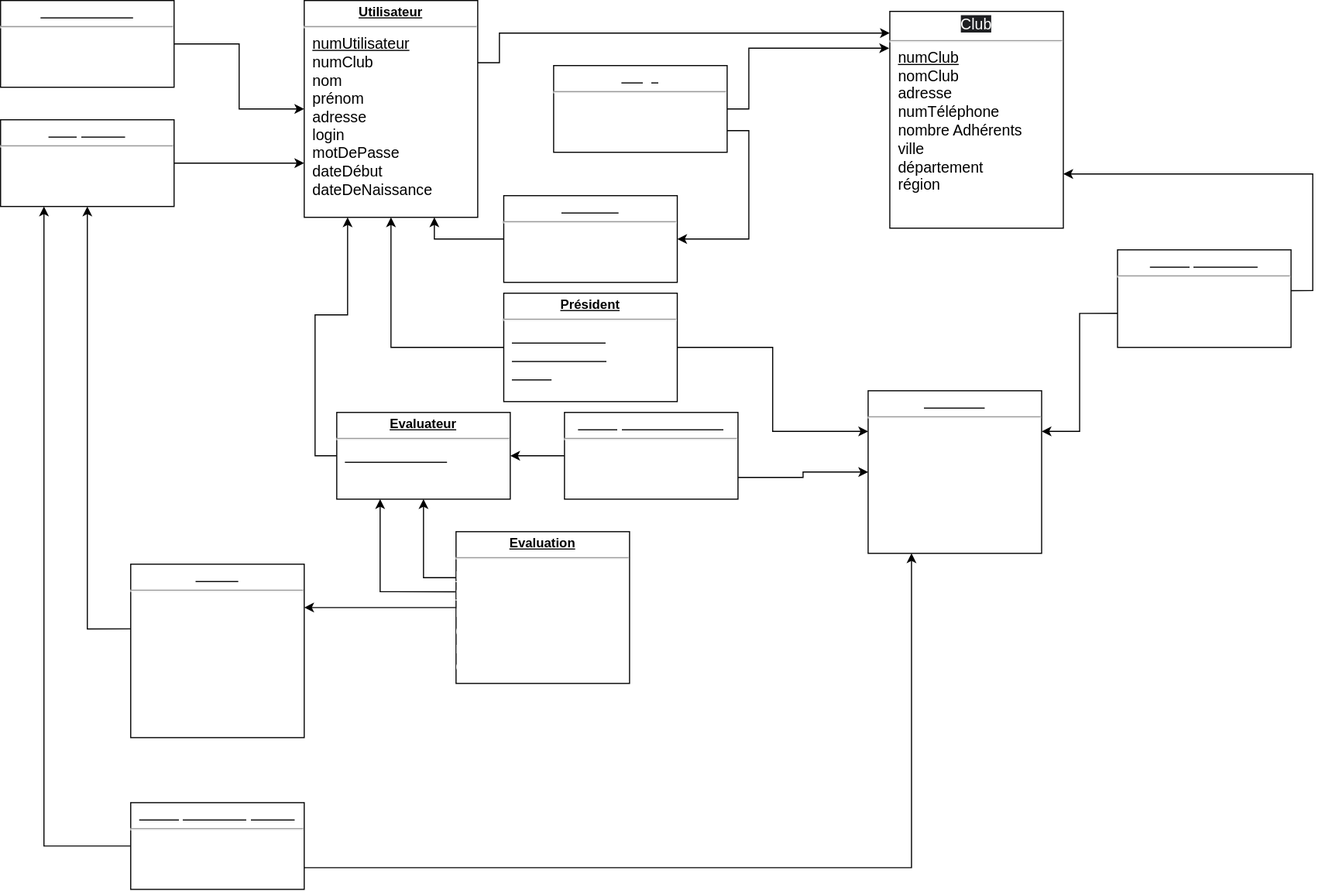
This is documentation/DiagrammeLogique.svg from Obscurimouille/concours-dessin, a draw.io export, as it was before one commit. Source tidied: cells renumbered, new cells last; positions are measured from the earlier drawing's top-left corner, leaving out a move shared by most shapes.
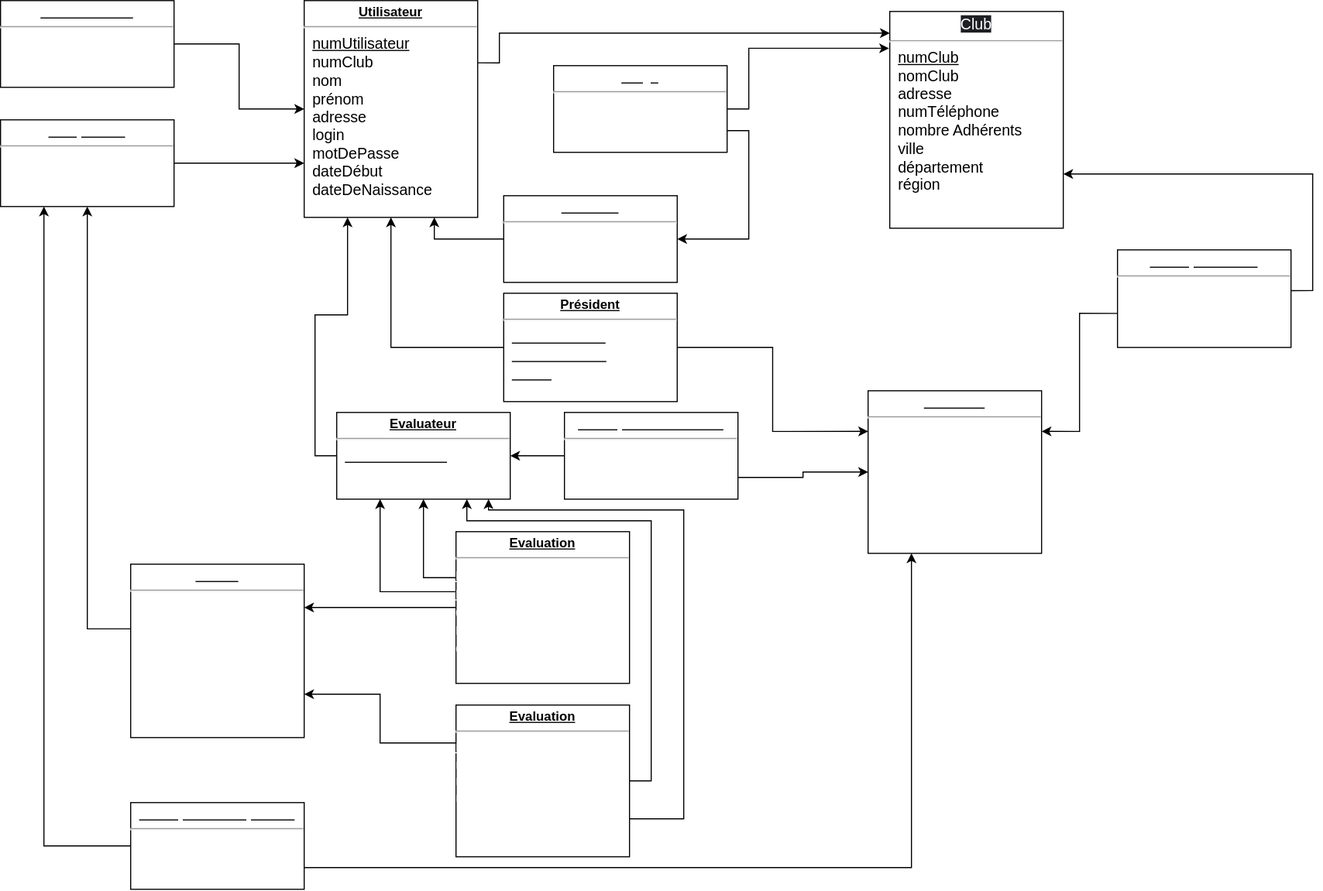
Later version of the same file.

What changed in the source:
```diff
@@ -40,7 +40,7 @@
     <mxCell id="12" style="edgeStyle=orthogonalEdgeStyle;rounded=0;jettySize=auto;html=1;exitX=0;exitY=0.5;exitDx=0;exitDy=0;entryX=1;entryY=0.25;entryDx=0;entryDy=0;fontColor=#FFFFFF;" parent="1" edge="1" source="13" target="24">
       <mxGeometry relative="1" as="geometry" />
     </mxCell>
-    <mxCell id="13" value="&lt;p style=&quot;margin: 4px 0px 0px; text-align: center;&quot;&gt;&lt;b&gt;&lt;u&gt;Evaluation&lt;/u&gt;&lt;/b&gt;&lt;/p&gt;&lt;hr&gt;&lt;font color=&quot;#ffffff&quot;&gt;&lt;u style=&quot;box-sizing: border-box; font-family: Helvetica, Arial, freesans, sans-serif; font-size: 14px;&quot;&gt;&lt;span style=&quot;box-sizing: border-box;&quot;&gt;numEvaluateur1&lt;br&gt;&lt;/span&gt;&lt;/u&gt;&lt;u style=&quot;box-sizing: border-box; font-family: Helvetica, Arial, freesans, sans-serif; font-size: 14px;&quot;&gt;&lt;span style=&quot;box-sizing: border-box;&quot;&gt;numEvaluateur2&lt;br&gt;&lt;/span&gt;&lt;/u&gt;&lt;span style=&quot;box-sizing: border-box; font-family: Helvetica, Arial, freesans, sans-serif; font-size: 14px;&quot;&gt;numDessin&lt;br&gt;&lt;/span&gt;&lt;span style=&quot;box-sizing: border-box; font-family: Helvetica, Arial, freesans, sans-serif; font-size: 14px;&quot;&gt;dateEvaluation&lt;br&gt;&lt;/span&gt;&lt;span style=&quot;box-sizing: border-box; font-family: Helvetica, Arial, freesans, sans-serif; font-size: 14px;&quot;&gt;note&lt;br&gt;&lt;/span&gt;&lt;span style=&quot;box-sizing: border-box; font-family: Helvetica, Arial, freesans, sans-serif; font-size: 14px;&quot;&gt;commentaire&lt;/span&gt;&lt;/font&gt;&lt;p style=&quot;margin:0px;margin-left:8px;&quot;&gt;&lt;span style=&quot;color: rgba(0, 0, 0, 0); font-family: monospace; font-size: 0px;&quot;&gt;%3CmxGraphModel%3E%3Croot%3E%3CmxCell%20id%3D%220%22%2F%3E%3CmxCell%20id%3D%221%22%20parent%3D%220%22%2F%3E%3CmxCell%20id%3D%222%22%20value%3D%22%26lt%3Bp%20style%3D%26quot%3Bmargin%3A%204px%200px%200px%3B%20text-align%3A%20center%3B%26quot%3B%26gt%3B%26lt%3Bb%26gt%3B%26lt%3Bu%26gt%3BEvaluateur%26lt%3B%2Fu%26gt%3B%26lt%3B%2Fb%26gt%3B%26lt%3B%2Fp%26gt%3B%26lt%3Bhr%26gt%3B%26lt%3Bp%20style%3D%26quot%3Bmargin%3A0px%3Bmargin-left%3A8px%3B%26quot%3B%26gt%3B%26lt%3Bu%20style%3D%26quot%3Bbox-sizing%3A%20border-box%3B%20font-family%3A%20Helvetica%2C%20Arial%2C%20freesans%2C%20sans-serif%3B%20font-size%3A%2014px%3B%26quot%3B%26gt%3B%26lt%3Bspan%20style%3D%26quot%3Bbox-sizing%3A%20border-box%3B%26quot%3B%26gt%3B%26lt%3Bfont%20style%3D%26quot%3B%26quot%3B%20color%3D%26quot%3B%23ffffff%26quot%3B%26gt%3BnumEvaluateur%26lt%3B%2Ffont%26gt%3B%26lt%3B%2Fspan%26gt%3B%26lt%3B%2Fu%26gt%3B%26lt%3B%2Fp%26gt%3B%26lt%3Bp%20style%3D%26quot%3Bmargin%3A0px%3Bmargin-left%3A8px%3B%26quot%3B%26gt%3B%26lt%3Bspan%20style%3D%26quot%3Bbox-sizing%3A%20border-box%3B%20font-family%3A%20Helvetica%2C%20Arial%2C%20freesans%2C%20sans-serif%3B%20font-size%3A%2014px%3B%26quot%3B%26gt%3B%26lt%3Bfont%20style%3D%26quot%3B%26quot%3B%20color%3D%26quot%3B%23ffffff%26quot%3B%26gt%3Bspecialite%26lt%3B%2Ffont%26gt%3B%26lt%3B%2Fspan%26gt%3B%26lt%3Bbr%26gt%3B%26lt%3B%2Fp%26gt%3B%22%20style%3D%22verticalAlign%3Dtop%3Balign%3Dleft%3Boverflow%3Dfill%3BfontSize%3D12%3BfontFamily%3DHelvetica%3Bhtml%3D1%3B%22%20vertex%3D%221%22%20parent%3D%221%22%3E%3CmxGeometry%20x%3D%2280%22%20y%3D%22550%22%20width%3D%22160%22%20height%3D%2280%22%20as%3D%22geometry%22%2F%3E%3C%2FmxCell%3E%3C%2Froot%3E%3C%2FmxGraphModel%3E&lt;/span&gt;&lt;br&gt;&lt;/p&gt;" style="verticalAlign=top;align=left;overflow=fill;fontSize=12;fontFamily=Helvetica;html=1;" parent="1" vertex="1">
+    <mxCell id="13" value="&lt;p style=&quot;margin: 4px 0px 0px; text-align: center;&quot;&gt;&lt;b&gt;&lt;u&gt;Evaluation&lt;/u&gt;&lt;/b&gt;&lt;/p&gt;&lt;hr&gt;&lt;font color=&quot;#ffffff&quot;&gt;&lt;u style=&quot;box-sizing: border-box; font-family: Helvetica, Arial, freesans, sans-serif; font-size: 14px;&quot;&gt;&lt;span style=&quot;box-sizing: border-box;&quot;&gt;numEvaluateur&lt;br&gt;&lt;/span&gt;&lt;/u&gt;&lt;span style=&quot;box-sizing: border-box; font-family: Helvetica, Arial, freesans, sans-serif; font-size: 14px;&quot;&gt;&lt;u&gt;numDessin&lt;/u&gt;&lt;br&gt;&lt;/span&gt;&lt;span style=&quot;box-sizing: border-box; font-family: Helvetica, Arial, freesans, sans-serif; font-size: 14px;&quot;&gt;dateEvaluation&lt;br&gt;&lt;/span&gt;&lt;span style=&quot;box-sizing: border-box; font-family: Helvetica, Arial, freesans, sans-serif; font-size: 14px;&quot;&gt;note&lt;br&gt;&lt;/span&gt;&lt;span style=&quot;box-sizing: border-box; font-family: Helvetica, Arial, freesans, sans-serif; font-size: 14px;&quot;&gt;commentaire&lt;/span&gt;&lt;/font&gt;&lt;p style=&quot;margin:0px;margin-left:8px;&quot;&gt;&lt;span style=&quot;color: rgba(0, 0, 0, 0); font-family: monospace; font-size: 0px;&quot;&gt;%3CmxGraphModel%3E%3Croot%3E%3CmxCell%20id%3D%220%22%2F%3E%3CmxCell%20id%3D%221%22%20parent%3D%220%22%2F%3E%3CmxCell%20id%3D%222%22%20value%3D%22%26lt%3Bp%20style%3D%26quot%3Bmargin%3A%204px%200px%200px%3B%20text-align%3A%20center%3B%26quot%3B%26gt%3B%26lt%3Bb%26gt%3B%26lt%3Bu%26gt%3BEvaluateur%26lt%3B%2Fu%26gt%3B%26lt%3B%2Fb%26gt%3B%26lt%3B%2Fp%26gt%3B%26lt%3Bhr%26gt%3B%26lt%3Bp%20style%3D%26quot%3Bmargin%3A0px%3Bmargin-left%3A8px%3B%26quot%3B%26gt%3B%26lt%3Bu%20style%3D%26quot%3Bbox-sizing%3A%20border-box%3B%20font-family%3A%20Helvetica%2C%20Arial%2C%20freesans%2C%20sans-serif%3B%20font-size%3A%2014px%3B%26quot%3B%26gt%3B%26lt%3Bspan%20style%3D%26quot%3Bbox-sizing%3A%20border-box%3B%26quot%3B%26gt%3B%26lt%3Bfont%20style%3D%26quot%3B%26quot%3B%20color%3D%26quot%3B%23ffffff%26quot%3B%26gt%3BnumEvaluateur%26lt%3B%2Ffont%26gt%3B%26lt%3B%2Fspan%26gt%3B%26lt%3B%2Fu%26gt%3B%26lt%3B%2Fp%26gt%3B%26lt%3Bp%20style%3D%26quot%3Bmargin%3A0px%3Bmargin-left%3A8px%3B%26quot%3B%26gt%3B%26lt%3Bspan%20style%3D%26quot%3Bbox-sizing%3A%20border-box%3B%20font-family%3A%20Helvetica%2C%20Arial%2C%20freesans%2C%20sans-serif%3B%20font-size%3A%2014px%3B%26quot%3B%26gt%3B%26lt%3Bfont%20style%3D%26quot%3B%26quot%3B%20color%3D%26quot%3B%23ffffff%26quot%3B%26gt%3Bspecialite%26lt%3B%2Ffont%26gt%3B%26lt%3B%2Fspan%26gt%3B%26lt%3Bbr%26gt%3B%26lt%3B%2Fp%26gt%3B%22%20style%3D%22verticalAlign%3Dtop%3Balign%3Dleft%3Boverflow%3Dfill%3BfontSize%3D12%3BfontFamily%3DHelvetica%3Bhtml%3D1%3B%22%20vertex%3D%221%22%20parent%3D%221%22%3E%3CmxGeometry%20x%3D%2280%22%20y%3D%22550%22%20width%3D%22160%22%20height%3D%2280%22%20as%3D%22geometry%22%2F%3E%3C%2FmxCell%3E%3C%2Froot%3E%3C%2FmxGraphModel%3E&lt;/span&gt;&lt;br&gt;&lt;/p&gt;" style="verticalAlign=top;align=left;overflow=fill;fontSize=12;fontFamily=Helvetica;html=1;" parent="1" vertex="1">
       <mxGeometry x="420" y="490" width="160" height="140" as="geometry" />
     </mxCell>
     <mxCell id="14" style="edgeStyle=orthogonalEdgeStyle;rounded=0;jettySize=auto;html=1;exitX=1;exitY=0.5;exitDx=0;exitDy=0;entryX=0;entryY=0.75;entryDx=0;entryDy=0;fontColor=#FFFFFF;" parent="1" edge="1" source="15" target="3">
@@ -115,5 +115,29 @@
     <mxCell id="34" value="&lt;p style=&quot;margin: 4px 0px 0px; text-align: center;&quot;&gt;&lt;b&gt;&lt;u&gt;&lt;font color=&quot;#ffffff&quot;&gt;ParticipationEvaluateur&lt;/font&gt;&lt;/u&gt;&lt;/b&gt;&lt;/p&gt;&lt;hr&gt;&lt;p style=&quot;margin:0px;margin-left:8px;&quot;&gt;&lt;font color=&quot;#ffffff&quot;&gt;&lt;u style=&quot;box-sizing: border-box; font-family: Helvetica, Arial, freesans, sans-serif; font-size: 14px;&quot;&gt;&lt;span style=&quot;box-sizing: border-box;&quot;&gt;numEvaluateur&lt;/span&gt;&lt;/u&gt;&lt;/font&gt;&lt;/p&gt;&lt;p style=&quot;margin:0px;margin-left:8px;&quot;&gt;&lt;font color=&quot;#ffffff&quot;&gt;&lt;u style=&quot;box-sizing: border-box; font-family: Helvetica, Arial, freesans, sans-serif; font-size: 14px;&quot;&gt;&lt;span style=&quot;box-sizing: border-box;&quot;&gt;numConcours&lt;/span&gt;&lt;/u&gt;&lt;/font&gt;&lt;br&gt;&lt;/p&gt;" style="verticalAlign=top;align=left;overflow=fill;fontSize=12;fontFamily=Helvetica;html=1;" parent="1" vertex="1">
       <mxGeometry x="520" y="380" width="160" height="80" as="geometry" />
     </mxCell>
+    <mxCell id="35" style="edgeStyle=orthogonalEdgeStyle;rounded=0;jettySize=auto;html=1;exitX=0;exitY=0.25;exitDx=0;exitDy=0;entryX=1;entryY=0.75;entryDx=0;entryDy=0;fontColor=#FFFFFF;" parent="1" edge="1" source="38" target="24">
+      <mxGeometry relative="1" as="geometry" />
+    </mxCell>
+    <mxCell id="36" style="edgeStyle=orthogonalEdgeStyle;rounded=0;jettySize=auto;html=1;exitX=1;exitY=0.5;exitDx=0;exitDy=0;entryX=0.75;entryY=1;entryDx=0;entryDy=0;fontColor=#FFFFFF;" parent="1" edge="1" source="38" target="9">
+      <mxGeometry relative="1" as="geometry">
+        <Array as="points">
+          <mxPoint x="600" y="720" />
+          <mxPoint x="600" y="480" />
+          <mxPoint x="430" y="480" />
+        </Array>
+      </mxGeometry>
+    </mxCell>
+    <mxCell id="37" style="edgeStyle=orthogonalEdgeStyle;rounded=0;jettySize=auto;html=1;exitX=1;exitY=0.75;exitDx=0;exitDy=0;entryX=0.875;entryY=1;entryDx=0;entryDy=0;entryPerimeter=0;fontColor=#FFFFFF;" parent="1" edge="1" source="38" target="9">
+      <mxGeometry relative="1" as="geometry">
+        <Array as="points">
+          <mxPoint x="630" y="755" />
+          <mxPoint x="630" y="470" />
+          <mxPoint x="450" y="470" />
+        </Array>
+      </mxGeometry>
+    </mxCell>
+    <mxCell id="38" value="&lt;p style=&quot;margin: 4px 0px 0px; text-align: center;&quot;&gt;&lt;b&gt;&lt;u&gt;Evaluation&lt;/u&gt;&lt;/b&gt;&lt;/p&gt;&lt;hr&gt;&lt;span style=&quot;font-family: &amp;quot;JetBrains Mono&amp;quot;, monospace;&quot;&gt;&lt;font style=&quot;&quot; color=&quot;#ffffff&quot;&gt;&lt;u&gt;numJury&lt;/u&gt;&lt;br&gt;numDessin&lt;br&gt;numEvaluateur1&lt;br&gt;numEvaluateur2&lt;/font&gt;&lt;/span&gt;" style="verticalAlign=top;align=left;overflow=fill;fontSize=12;fontFamily=Helvetica;html=1;" parent="1" vertex="1">
+      <mxGeometry x="420" y="650" width="160" height="140" as="geometry" />
+    </mxCell>
   </root>
 </mxGraphModel>
```
